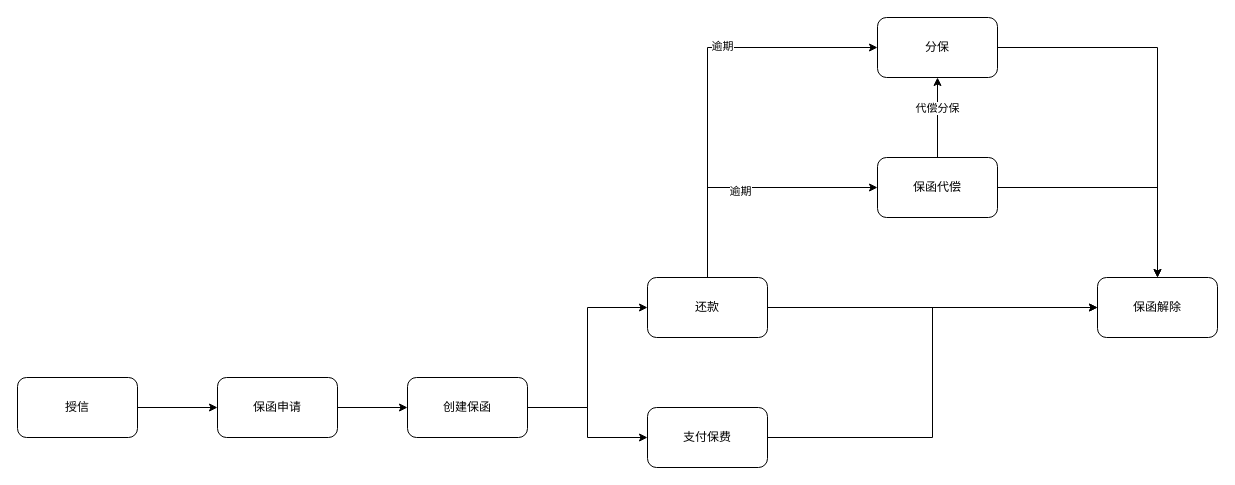
starzy1990/diagrams keeps this draw.io diagram as page "第 18 页" (18 of 18) of work.drawio. Above is the earlier version. Source tidied: cells renumbered, new cells numbered last; positions are measured from the earlier drawing's top-left corner, leaving out a move shared by most shapes. Both pictures are drawn from the tidied source at 100%, with x=0, y=0 at pixel (17, 17).
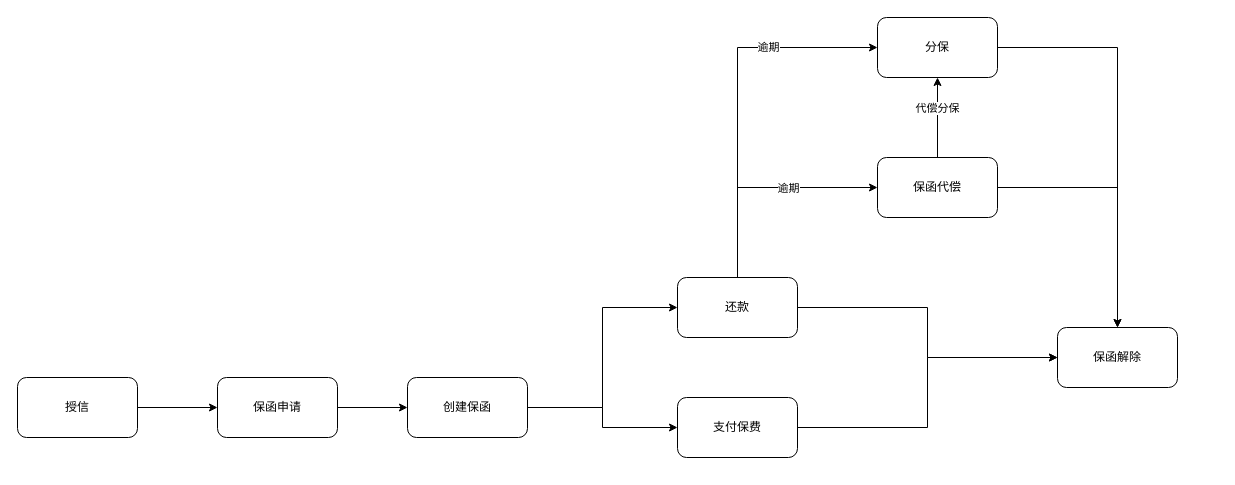
The same page after the edit.

The change refers to these unchanged cells:
```xml
<mxCell id="8" style="edgeStyle=orthogonalEdgeStyle;rounded=0;jettySize=auto;html=1;entryX=0;entryY=0.5;entryDx=0;entryDy=0;exitX=0.5;exitY=0;exitDx=0;exitDy=0;" parent="1" edge="1" source="14" target="23">
  <mxGeometry relative="1" as="geometry" />
</mxCell>
<mxCell id="21" value="保函代偿" style="rounded=1;whiteSpace=wrap;html=1;" parent="1" vertex="1">
  <mxGeometry x="860" y="140" width="120" height="60" as="geometry" />
</mxCell>
```

What changed in the source:
```diff
@@
     <mxCell id="9" value="逾期" style="edgeLabel;html=1;align=center;verticalAlign=middle;" parent="8" vertex="1">
-      <mxGeometry x="0.22" y="2" relative="1" as="geometry" />
+      <mxGeometry x="0.22" y="2" relative="1" as="geometry">
+        <mxPoint x="32" y="-5" as="offset" />
+      </mxGeometry>
     </mxCell>
@@
-    <mxCell id="11" style="edgeStyle=orthogonalEdgeStyle;rounded=0;jettySize=auto;html=1;entryX=0;entryY=0.5;entryDx=0;entryDy=0;" parent="1" edge="1" source="14" target="21">
+    <mxCell id="11" style="edgeStyle=orthogonalEdgeStyle;rounded=0;jettySize=auto;html=1;entryX=0;entryY=0.5;entryDx=0;entryDy=0;exitX=0.5;exitY=0;exitDx=0;exitDy=0;" parent="1" edge="1" source="14" target="21">
       <mxGeometry relative="1" as="geometry">
         <Array as="points">
-          <mxPoint x="690" y="170" />
+          <mxPoint x="720" y="170" />
         </Array>
       </mxGeometry>
     </mxCell>
     <mxCell id="12" value="逾期" style="edgeLabel;html=1;align=center;verticalAlign=middle;" parent="11" vertex="1">
-      <mxGeometry x="-0.06" y="-3" relative="1" as="geometry" />
+      <mxGeometry x="-0.06" y="-3" relative="1" as="geometry">
+        <mxPoint x="32" y="-3" as="offset" />
+      </mxGeometry>
     </mxCell>
@@
     <mxCell id="14" value="还款" style="rounded=1;whiteSpace=wrap;html=1;" parent="1" vertex="1">
-      <mxGeometry x="630" y="260" width="120" height="60" as="geometry" />
+      <mxGeometry x="660" y="260" width="120" height="60" as="geometry" />
     </mxCell>
     <mxCell id="15" value="保函解除" style="whiteSpace=wrap;html=1;rounded=1;" parent="1" vertex="1">
-      <mxGeometry x="1080" y="260" width="120" height="60" as="geometry" />
+      <mxGeometry x="1040" y="310" width="120" height="60" as="geometry" />
     </mxCell>
@@
     <mxCell id="17" value="支付保费" style="rounded=1;whiteSpace=wrap;html=1;" parent="1" vertex="1">
-      <mxGeometry x="630" y="390" width="120" height="60" as="geometry" />
+      <mxGeometry x="660" y="380" width="120" height="60" as="geometry" />
     </mxCell>
```
